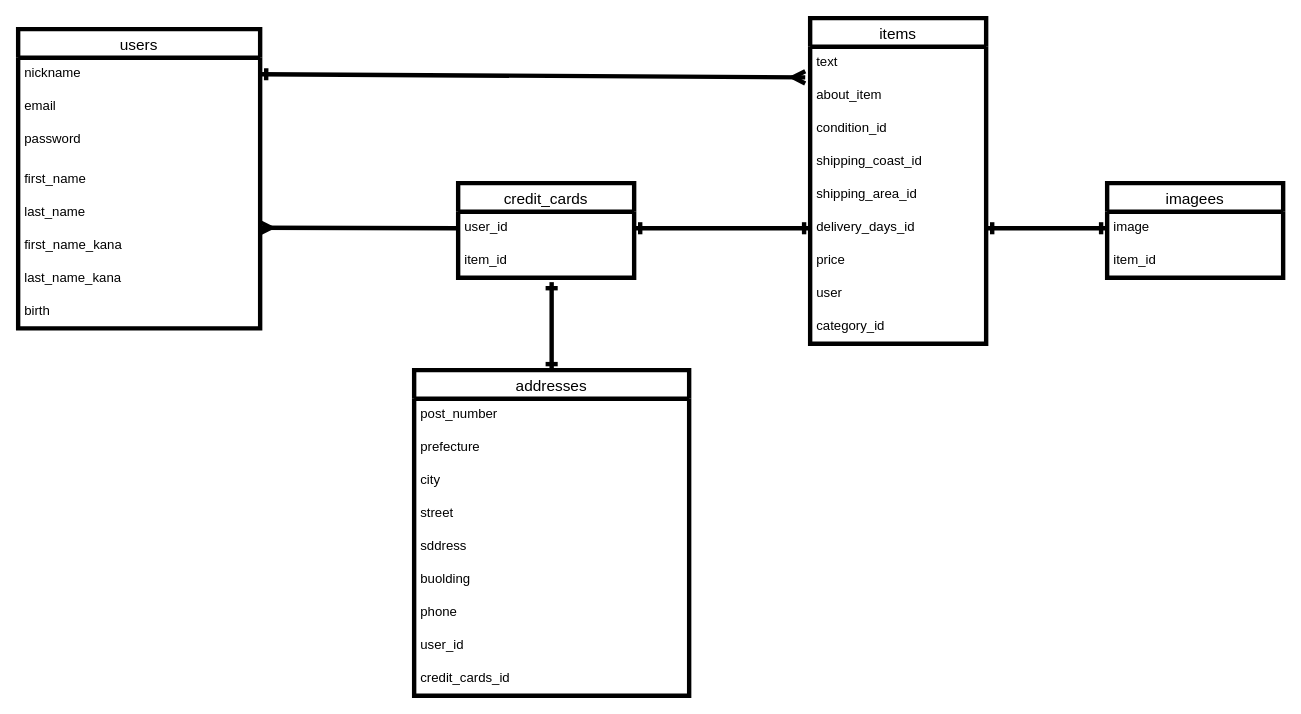
The draw.io diagram app/views/test.dio in hugele/furima-3798, before the edit. Source tidied: cells renumbered, new cells numbered last; positions are measured from the earlier drawing's top-left corner, leaving out a move shared by most shapes. Both pictures are drawn from the tidied source at 110%, with x=0, y=0 at pixel (18, 18).
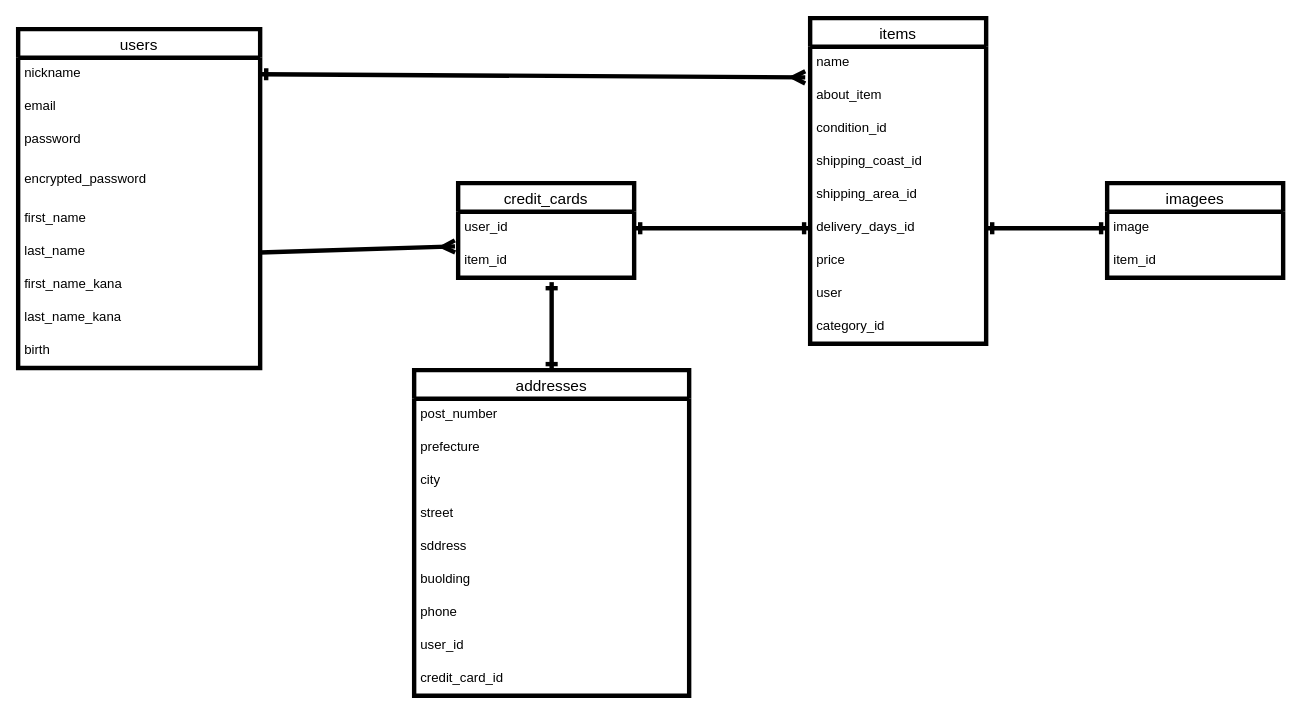
Above is the later version.

Commit message (it also covers changes not shown here):
データベースの修正

The change refers to these unchanged cells:
```xml
<mxCell id="3" value="addresses" style="swimlane;fontStyle=0;horizontal=1;startSize=26;align=center;fontSize=14;strokeWidth=4;" parent="1" vertex="1">
  <mxGeometry x="360" y="320" width="250" height="296" as="geometry" />
</mxCell>
<mxCell id="22" value="items" style="swimlane;fontStyle=0;horizontal=1;startSize=26;align=center;fontSize=14;strokeWidth=4;" parent="1" vertex="1">
  <mxGeometry x="720" width="160" height="296" as="geometry" />
</mxCell>
<mxCell id="34" value="item_id" style="text;strokeColor=none;fillColor=none;spacingLeft=4;spacingRight=4;overflow=hidden;points=[[0,0.5],[1,0.5]];portConstraint=eastwest;fontSize=12;strokeWidth=4;" parent="32" vertex="1">
  <mxGeometry y="56" width="160" height="30" as="geometry" />
</mxCell>
```

What changed in the source:
```diff
@@
-    <mxCell id="12" value="credit_cards_id " style="text;strokeColor=none;fillColor=none;spacingLeft=4;spacingRight=4;overflow=hidden;fontSize=12;strokeWidth=4;" parent="3" vertex="1">
+    <mxCell id="12" value="credit_card_id " style="text;strokeColor=none;fillColor=none;spacingLeft=4;spacingRight=4;overflow=hidden;fontSize=12;strokeWidth=4;" parent="3" vertex="1">
       <mxGeometry y="266" width="250" height="30" as="geometry" />
     </mxCell>
     <mxCell id="13" value="users" style="swimlane;fontStyle=0;horizontal=1;startSize=26;align=center;fontSize=14;strokeWidth=4;" parent="1" vertex="1">
-      <mxGeometry y="10" width="220" height="272" as="geometry" />
+      <mxGeometry y="10" width="220" height="308" as="geometry" />
     </mxCell>
@@
+    <mxCell id="42" value="encrypted_password" style="text;strokeColor=none;fillColor=none;spacingLeft=4;spacingRight=4;overflow=hidden;fontSize=12;strokeWidth=4;" parent="13" vertex="1">
+      <mxGeometry y="122" width="220" height="36" as="geometry" />
+    </mxCell>
     <mxCell id="17" value="first_name" style="text;strokeColor=none;fillColor=none;spacingLeft=4;spacingRight=4;overflow=hidden;fontSize=12;strokeWidth=4;" parent="13" vertex="1">
-      <mxGeometry y="122" width="220" height="30" as="geometry" />
+      <mxGeometry y="158" width="220" height="30" as="geometry" />
     </mxCell>
     <mxCell id="18" value="last_name" style="text;strokeColor=none;fillColor=none;spacingLeft=4;spacingRight=4;overflow=hidden;points=[[0,0.5],[1,0.5]];portConstraint=eastwest;fontSize=12;strokeWidth=4;" parent="13" vertex="1">
-      <mxGeometry y="152" width="220" height="30" as="geometry" />
+      <mxGeometry y="188" width="220" height="30" as="geometry" />
     </mxCell>
     <mxCell id="19" value="first_name_kana" style="text;strokeColor=none;fillColor=none;spacingLeft=4;spacingRight=4;overflow=hidden;points=[[0,0.5],[1,0.5]];portConstraint=eastwest;fontSize=12;strokeWidth=4;" parent="13" vertex="1">
-      <mxGeometry y="182" width="220" height="30" as="geometry" />
+      <mxGeometry y="218" width="220" height="30" as="geometry" />
     </mxCell>
     <mxCell id="20" value="last_name_kana" style="text;strokeColor=none;fillColor=none;spacingLeft=4;spacingRight=4;overflow=hidden;fontSize=12;strokeWidth=4;" parent="13" vertex="1">
-      <mxGeometry y="212" width="220" height="30" as="geometry" />
+      <mxGeometry y="248" width="220" height="30" as="geometry" />
     </mxCell>
     <mxCell id="21" value="birth" style="text;strokeColor=none;fillColor=none;spacingLeft=4;spacingRight=4;overflow=hidden;fontSize=12;strokeWidth=4;" parent="13" vertex="1">
-      <mxGeometry y="242" width="220" height="30" as="geometry" />
+      <mxGeometry y="278" width="220" height="30" as="geometry" />
     </mxCell>
@@
-    <mxCell id="23" value="text" style="text;strokeColor=none;fillColor=none;spacingLeft=4;spacingRight=4;overflow=hidden;points=[[0,0.5],[1,0.5]];portConstraint=eastwest;fontSize=12;strokeWidth=4;" parent="22" vertex="1">
+    <mxCell id="23" value="name" style="text;strokeColor=none;fillColor=none;spacingLeft=4;spacingRight=4;overflow=hidden;points=[[0,0.5],[1,0.5]];portConstraint=eastwest;fontSize=12;strokeWidth=4;" parent="22" vertex="1">
       <mxGeometry y="26" width="160" height="30" as="geometry" />
     </mxCell>
@@
-    <mxCell id="39" style="edgeStyle=none;html=1;exitX=0;exitY=0.5;exitDx=0;exitDy=0;entryX=0.995;entryY=-0.05;entryDx=0;entryDy=0;entryPerimeter=0;endArrow=ERmany;endFill=0;strokeWidth=4;" parent="1" edge="1" target="19">
-      <mxGeometry relative="1" as="geometry">
-        <mxPoint x="400" y="191" as="sourcePoint" />
-      </mxGeometry>
-    </mxCell>
@@
+    <mxCell id="43" style="edgeStyle=none;html=1;exitX=1;exitY=0.5;exitDx=0;exitDy=0;entryX=-0.018;entryY=0.05;entryDx=0;entryDy=0;entryPerimeter=0;startArrow=none;startFill=0;endArrow=ERmany;endFill=0;strokeWidth=4;" parent="1" edge="1" source="18" target="34">
+      <mxGeometry relative="1" as="geometry" />
+    </mxCell>
```
